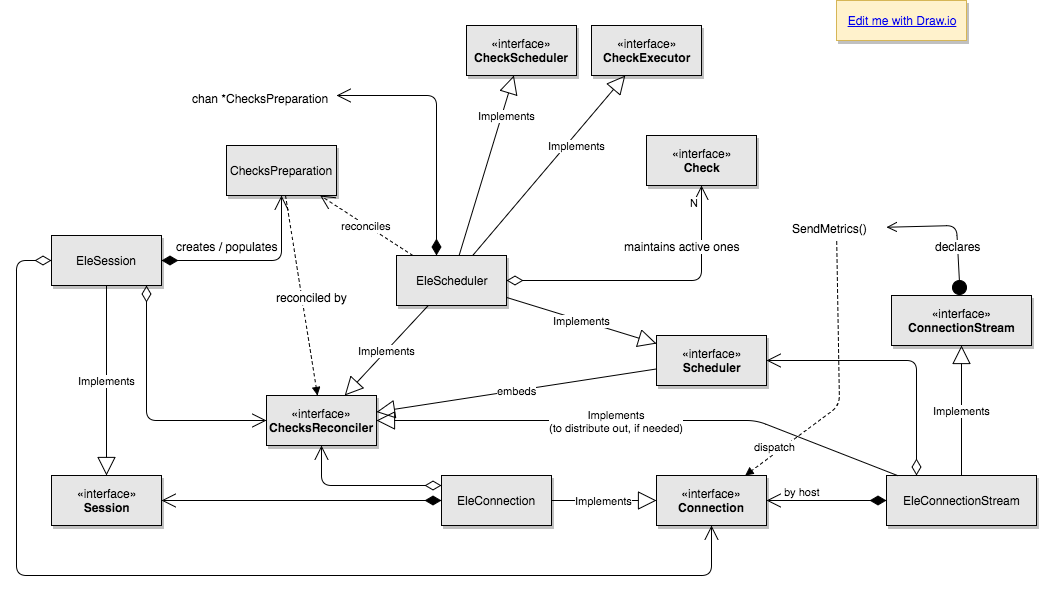
racker/rackspace-monitoring-poller keeps this draw.io diagram as docs/Poller session-scheduler-check reconciliation.png. Above is the earlier version. Source tidied: cells renumbered, new cells last; positions are measured from the earlier drawing's top-left corner, leaving out a move shared by most shapes.
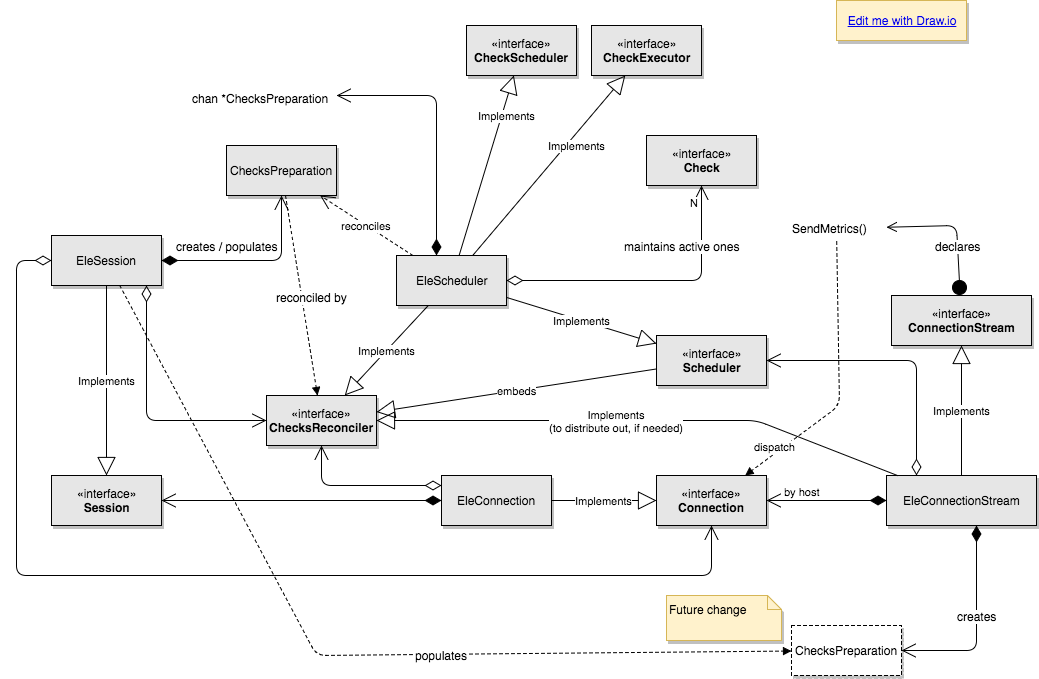
After the commit.

Commit message:
Noting future ownership of ChecksPreparation by EleConnectionStream

What changed in the source:
```diff
@@ -181,5 +181,36 @@
         </Array>
       </mxGeometry>
     </mxCell>
+    <mxCell id="44" value="Checks&lt;span&gt;Preparation&lt;/span&gt;" style="html=1;shadow=1;fillColor=#ffffff;dashed=1;strokeColor=#000000;" parent="1" vertex="1">
+      <mxGeometry x="775" y="625" width="110" height="50" as="geometry" />
+    </mxCell>
+    <mxCell id="45" style="endArrow=open;html=1;endSize=12;startArrow=diamondThin;startSize=14;startFill=1;edgeStyle=orthogonalEdgeStyle;align=left;verticalAlign=bottom;" parent="1" edge="1" source="23" target="44">
+      <mxGeometry x="650" y="750" as="geometry">
+        <Array as="points">
+          <mxPoint x="960" y="650" />
+        </Array>
+      </mxGeometry>
+    </mxCell>
+    <mxCell id="46" value="creates" style="text;html=1;align=center;verticalAlign=middle;labelBackgroundColor=#ffffff;" parent="45" vertex="1">
+      <mxGeometry x="0.07" y="-1" relative="1" as="geometry">
+        <mxPoint x="1" y="-17" as="offset" />
+      </mxGeometry>
+    </mxCell>
+    <mxCell id="47" style="html=1;verticalAlign=bottom;endArrow=block;dashed=1;" parent="1" edge="1" source="2" target="44">
+      <mxGeometry x="788.7" y="366" as="geometry">
+        <Array as="points">
+          <mxPoint x="300" y="655" />
+        </Array>
+        <mxPoint x="-1" as="offset" />
+      </mxGeometry>
+    </mxCell>
+    <mxCell id="48" value="populates" style="text;html=1;align=center;verticalAlign=middle;labelBackgroundColor=#ffffff;" parent="47" vertex="1">
+      <mxGeometry relative="1" as="geometry">
+        <mxPoint x="97" as="offset" />
+      </mxGeometry>
+    </mxCell>
+    <mxCell id="49" value="Future change" style="shape=note;whiteSpace=wrap;html=1;size=14;verticalAlign=top;align=left;spacingTop=0;shadow=1;fillColor=#fff2cc;strokeColor=#d6b656;spacing=2;" parent="1" vertex="1">
+      <mxGeometry x="650" y="595" width="115" height="45" as="geometry" />
+    </mxCell>
   </root>
 </mxGraphModel>
```
